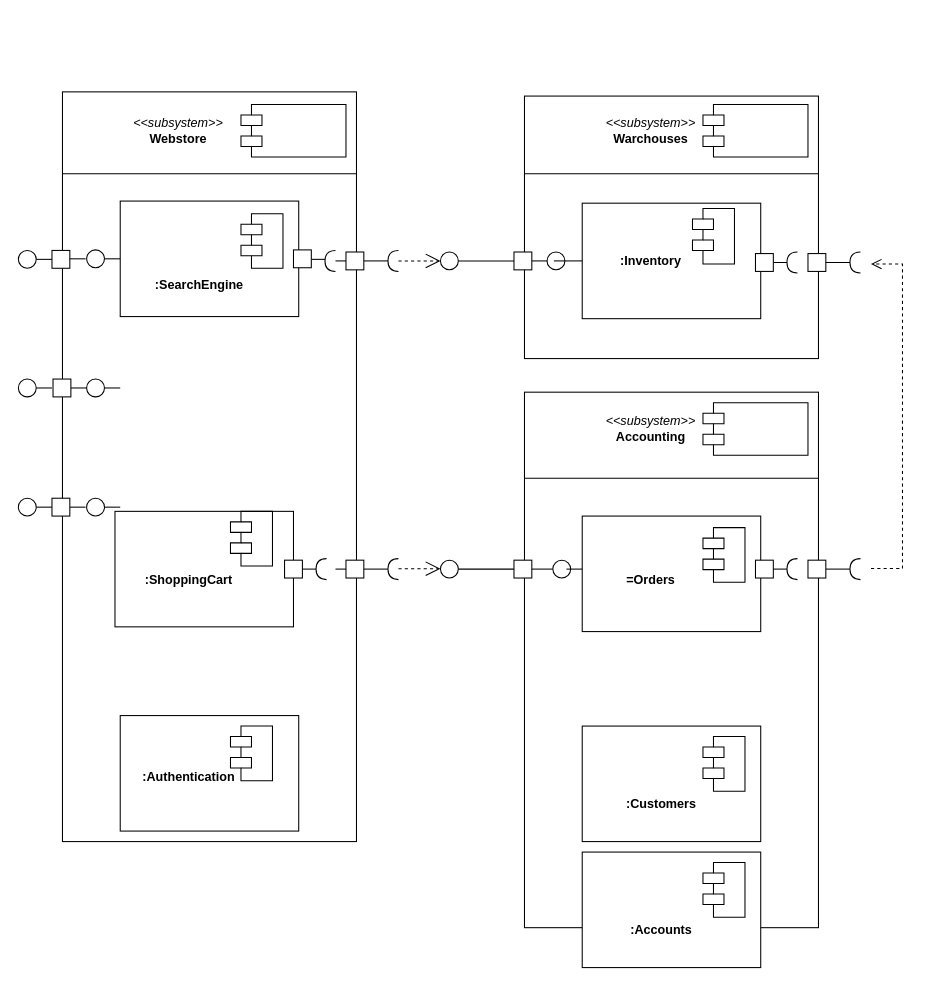
This is First-UML.drawio from KacperLudwiczak/First-UML, a draw.io file, before an edit. Source tidied: cells renumbered, new cells numbered last; positions are measured from the earlier drawing's top-left corner, leaving out a move shared by most shapes. Both pictures are drawn from the tidied source at 105%, with x=0, y=0 at pixel (18, 91).
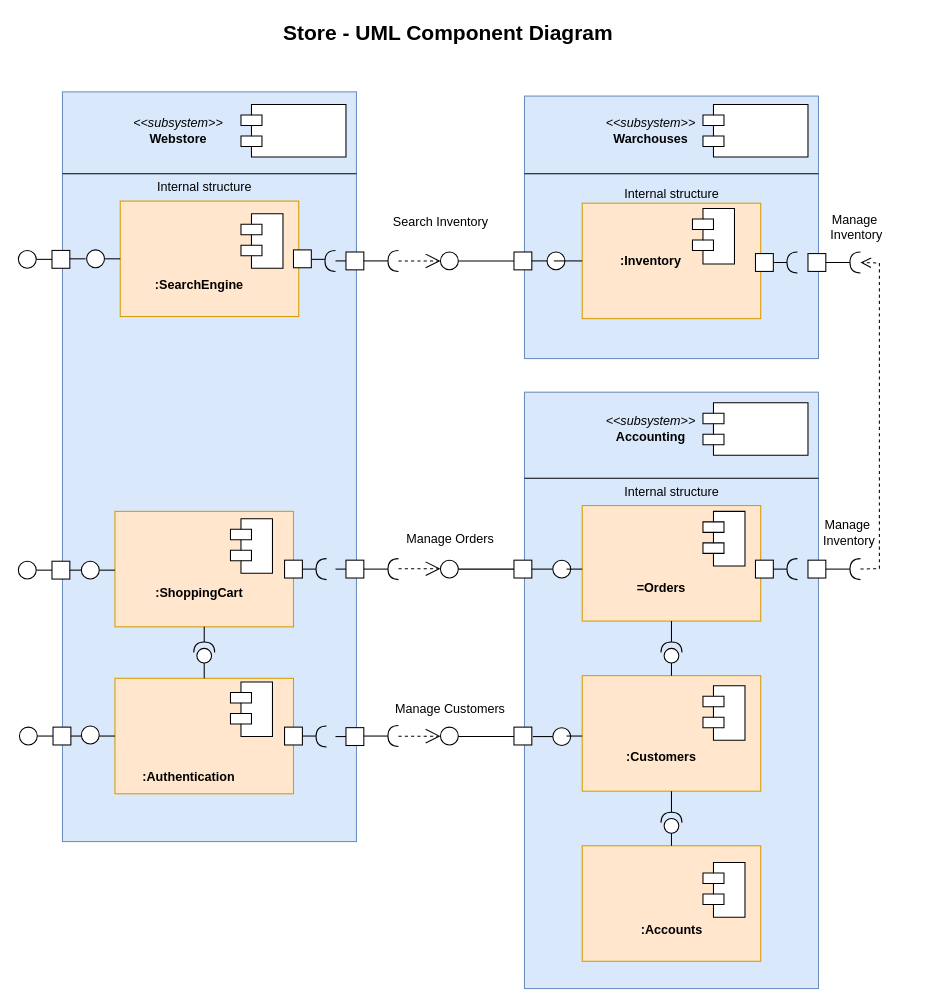
The same diagram, later.

Unchanged cells that the change refers to:
```xml
<mxCell id="69" style="shape=requiredInterface;html=1;verticalLabelPosition=bottom;sketch=0;rotation=-180;" parent="1" vertex="1">
  <mxGeometry x="792" y="152.5" width="10" height="20" as="geometry" />
</mxCell>
<mxCell id="92" style="shape=requiredInterface;html=1;verticalLabelPosition=bottom;sketch=0;rotation=-180;" parent="1" vertex="1">
  <mxGeometry x="792" y="444.5" width="10" height="20" as="geometry" />
</mxCell>
```

Change to the diagram source:
```diff
@@
-    <mxCell id="2" style="html=1;whiteSpace=wrap;" parent="1" vertex="1">
+    <mxCell id="2" style="html=1;whiteSpace=wrap;fillColor=#dae8fc;strokeColor=#6c8ebf;" parent="1" vertex="1">
       <mxGeometry x="42" width="280" height="714" as="geometry" />
     </mxCell>
@@
-    <mxCell id="5" style="html=1;whiteSpace=wrap;" parent="1" vertex="1">
+    <mxCell id="5" style="html=1;whiteSpace=wrap;fillColor=#dae8fc;strokeColor=#6c8ebf;" parent="1" vertex="1">
       <mxGeometry x="482" y="4" width="280" height="250" as="geometry" />
     </mxCell>
@@
-    <mxCell id="8" style="html=1;whiteSpace=wrap;" parent="1" vertex="1">
+    <mxCell id="8" style="html=1;whiteSpace=wrap;fillColor=#ffe6cc;strokeColor=#d79b00;" parent="1" vertex="1">
       <mxGeometry x="537" y="106" width="170" height="110" as="geometry" />
     </mxCell>
@@
-    <mxCell id="11" style="html=1;whiteSpace=wrap;" parent="1" vertex="1">
-      <mxGeometry x="482" y="286" width="280" height="510" as="geometry" />
+    <mxCell id="11" style="html=1;whiteSpace=wrap;fillColor=#dae8fc;strokeColor=#6c8ebf;" parent="1" vertex="1">
+      <mxGeometry x="482" y="286" width="280" height="568" as="geometry" />
     </mxCell>
@@
-    <mxCell id="14" style="html=1;whiteSpace=wrap;" parent="1" vertex="1">
-      <mxGeometry x="537" y="404" width="170" height="110" as="geometry" />
+    <mxCell id="14" style="html=1;whiteSpace=wrap;fillColor=#ffe6cc;strokeColor=#d79b00;" parent="1" vertex="1">
+      <mxGeometry x="537" y="394" width="170" height="110" as="geometry" />
     </mxCell>
     <mxCell id="15" value="&lt;span style=&quot;text-wrap-mode: wrap;&quot;&gt;=Orders&lt;/span&gt;" style="text;align=center;fontStyle=1;verticalAlign=middle;spacingLeft=3;spacingRight=3;strokeColor=none;html=1;" parent="1" vertex="1">
-      <mxGeometry x="562" y="451.5" width="80" height="26" as="geometry" />
+      <mxGeometry x="572" y="459.5" width="80" height="26" as="geometry" />
     </mxCell>
     <mxCell id="16" style="shape=module;align=left;spacingLeft=20;align=center;verticalAlign=top;whiteSpace=wrap;html=1;" parent="1" vertex="1">
-      <mxGeometry x="652" y="415" width="40" height="52" as="geometry" />
+      <mxGeometry x="652" y="399.5" width="40" height="52" as="geometry" />
     </mxCell>
-    <mxCell id="17" style="html=1;whiteSpace=wrap;" parent="1" vertex="1">
-      <mxGeometry x="537" y="604" width="170" height="110" as="geometry" />
+    <mxCell id="17" style="html=1;whiteSpace=wrap;fillColor=#ffe6cc;strokeColor=#d79b00;" parent="1" vertex="1">
+      <mxGeometry x="537" y="556" width="170" height="110" as="geometry" />
     </mxCell>
     <mxCell id="18" style="shape=module;align=left;spacingLeft=20;align=center;verticalAlign=top;whiteSpace=wrap;html=1;" parent="1" vertex="1">
-      <mxGeometry x="652" y="614" width="40" height="52" as="geometry" />
+      <mxGeometry x="652" y="565.5" width="40" height="52" as="geometry" />
     </mxCell>
     <mxCell id="19" value="&lt;span style=&quot;text-wrap-mode: wrap;&quot;&gt;:Customers&lt;/span&gt;" style="text;align=center;fontStyle=1;verticalAlign=middle;spacingLeft=3;spacingRight=3;strokeColor=none;html=1;" parent="1" vertex="1">
-      <mxGeometry x="572" y="666" width="80" height="26" as="geometry" />
+      <mxGeometry x="572" y="621" width="80" height="26" as="geometry" />
     </mxCell>
-    <mxCell id="20" style="html=1;whiteSpace=wrap;" parent="1" vertex="1">
-      <mxGeometry x="537" y="724" width="170" height="110" as="geometry" />
+    <mxCell id="20" style="html=1;whiteSpace=wrap;fillColor=#ffe6cc;strokeColor=#d79b00;" parent="1" vertex="1">
+      <mxGeometry x="537" y="718" width="170" height="110" as="geometry" />
     </mxCell>
@@
     <mxCell id="22" value="&lt;span style=&quot;text-wrap-mode: wrap;&quot;&gt;:Accounts&lt;/span&gt;" style="text;align=center;fontStyle=1;verticalAlign=middle;spacingLeft=3;spacingRight=3;strokeColor=none;html=1;" parent="1" vertex="1">
-      <mxGeometry x="572" y="786" width="80" height="26" as="geometry" />
+      <mxGeometry x="582" y="786" width="80" height="26" as="geometry" />
     </mxCell>
-    <mxCell id="23" style="html=1;whiteSpace=wrap;" parent="1" vertex="1">
+    <mxCell id="23" style="html=1;whiteSpace=wrap;fillColor=#ffe6cc;strokeColor=#d79b00;" parent="1" vertex="1">
       <mxGeometry x="97" y="104" width="170" height="110" as="geometry" />
     </mxCell>
@@
-    <mxCell id="26" style="html=1;whiteSpace=wrap;" parent="1" vertex="1">
+    <mxCell id="26" style="html=1;whiteSpace=wrap;fillColor=#ffe6cc;strokeColor=#d79b00;" parent="1" vertex="1">
       <mxGeometry x="92" y="399.5" width="170" height="110" as="geometry" />
     </mxCell>
-    <mxCell id="27" style="html=1;whiteSpace=wrap;" parent="1" vertex="1">
-      <mxGeometry x="97" y="594" width="170" height="110" as="geometry" />
+    <mxCell id="27" style="html=1;whiteSpace=wrap;fillColor=#ffe6cc;strokeColor=#d79b00;" parent="1" vertex="1">
+      <mxGeometry x="92" y="558.5" width="170" height="110" as="geometry" />
     </mxCell>
     <mxCell id="28" style="shape=module;align=left;spacingLeft=20;align=center;verticalAlign=top;whiteSpace=wrap;html=1;" parent="1" vertex="1">
-      <mxGeometry x="202" y="399.5" width="40" height="52" as="geometry" />
+      <mxGeometry x="202" y="406.5" width="40" height="52" as="geometry" />
     </mxCell>
     <mxCell id="29" style="shape=module;align=left;spacingLeft=20;align=center;verticalAlign=top;whiteSpace=wrap;html=1;" parent="1" vertex="1">
-      <mxGeometry x="202" y="604" width="40" height="52" as="geometry" />
+      <mxGeometry x="202" y="562" width="40" height="52" as="geometry" />
     </mxCell>
     <mxCell id="30" value="&lt;span style=&quot;text-wrap-mode: wrap;&quot;&gt;:ShoppingCart&lt;/span&gt;" style="text;align=center;fontStyle=1;verticalAlign=middle;spacingLeft=3;spacingRight=3;strokeColor=none;html=1;" parent="1" vertex="1">
-      <mxGeometry x="122" y="451.5" width="80" height="26" as="geometry" />
+      <mxGeometry x="132" y="464.5" width="80" height="26" as="geometry" />
     </mxCell>
@@
-    <mxCell id="39" style="line;strokeWidth=1;fillColor=none;align=left;verticalAlign=middle;spacingTop=-1;spacingLeft=3;spacingRight=3;labelPosition=right;strokeColor=inherit;" parent="1" vertex="1">
-      <mxGeometry x="82" y="278" width="15" height="8" as="geometry" />
-    </mxCell>
-    <mxCell id="40" style="ellipse;whiteSpace=wrap;html=1;" parent="1" vertex="1">
-      <mxGeometry x="65" y="273.5" width="17" height="17" as="geometry" />
-    </mxCell>
-    <mxCell id="41" style="line;strokeWidth=1;fillColor=none;align=left;verticalAlign=middle;spacingTop=-1;spacingLeft=3;spacingRight=3;labelPosition=right;strokeColor=inherit;" parent="1" vertex="1">
-      <mxGeometry x="50" y="278" width="15" height="8" as="geometry" />
-    </mxCell>
-    <mxCell id="42" style="whiteSpace=wrap;html=1;" parent="1" vertex="1">
-      <mxGeometry x="33" y="273.5" width="17" height="17" as="geometry" />
-    </mxCell>
-    <mxCell id="43" style="line;strokeWidth=1;fillColor=none;align=left;verticalAlign=middle;spacingTop=-1;spacingLeft=3;spacingRight=3;labelPosition=right;strokeColor=inherit;" parent="1" vertex="1">
-      <mxGeometry x="17" y="278" width="15" height="8" as="geometry" />
-    </mxCell>
-    <mxCell id="44" style="ellipse;whiteSpace=wrap;html=1;" parent="1" vertex="1">
-      <mxGeometry y="273.5" width="17" height="17" as="geometry" />
-    </mxCell>
     <mxCell id="45" style="ellipse;whiteSpace=wrap;html=1;" parent="1" vertex="1">
-      <mxGeometry x="65" y="387" width="17" height="17" as="geometry" />
+      <mxGeometry x="60" y="447" width="17" height="17" as="geometry" />
     </mxCell>
     <mxCell id="46" style="line;strokeWidth=1;fillColor=none;align=left;verticalAlign=middle;spacingTop=-1;spacingLeft=3;spacingRight=3;labelPosition=right;strokeColor=inherit;" parent="1" vertex="1">
-      <mxGeometry x="82" y="391.5" width="15" height="8" as="geometry" />
+      <mxGeometry x="77" y="451.5" width="15" height="8" as="geometry" />
     </mxCell>
     <mxCell id="47" style="line;strokeWidth=1;fillColor=none;align=left;verticalAlign=middle;spacingTop=-1;spacingLeft=3;spacingRight=3;labelPosition=right;strokeColor=inherit;" parent="1" vertex="1">
-      <mxGeometry x="49" y="391.5" width="15" height="8" as="geometry" />
+      <mxGeometry x="45" y="451.5" width="15" height="8" as="geometry" />
     </mxCell>
     <mxCell id="48" style="whiteSpace=wrap;html=1;" parent="1" vertex="1">
-      <mxGeometry x="32" y="387" width="17" height="17" as="geometry" />
+      <mxGeometry x="32" y="447" width="17" height="17" as="geometry" />
     </mxCell>
     <mxCell id="49" style="line;strokeWidth=1;fillColor=none;align=left;verticalAlign=middle;spacingTop=-1;spacingLeft=3;spacingRight=3;labelPosition=right;strokeColor=inherit;" parent="1" vertex="1">
-      <mxGeometry x="17" y="391.5" width="15" height="8" as="geometry" />
+      <mxGeometry x="17" y="451.5" width="15" height="8" as="geometry" />
     </mxCell>
     <mxCell id="50" style="ellipse;whiteSpace=wrap;html=1;" parent="1" vertex="1">
-      <mxGeometry y="387" width="17" height="17" as="geometry" />
+      <mxGeometry y="447" width="17" height="17" as="geometry" />
     </mxCell>
@@
-    <mxCell id="93" style="html=1;verticalAlign=bottom;endArrow=open;dashed=1;endSize=8;curved=0;rounded=0;" parent="1" edge="1">
+    <mxCell id="93" style="html=1;verticalAlign=bottom;endArrow=open;dashed=1;endSize=8;curved=0;rounded=0;entryX=0;entryY=0.5;entryDx=0;entryDy=0;entryPerimeter=0;exitX=0;exitY=0.5;exitDx=0;exitDy=0;exitPerimeter=0;" parent="1" edge="1" source="92" target="69">
       <mxGeometry relative="1" as="geometry">
-        <mxPoint x="812" y="454" as="sourcePoint" />
-        <mxPoint x="812" y="164" as="targetPoint" />
         <Array as="points">
-          <mxPoint x="842" y="454" />
-          <mxPoint x="842" y="164" />
+          <mxPoint x="820" y="454" />
+          <mxPoint x="820" y="310" />
+          <mxPoint x="820" y="163" />
         </Array>
       </mxGeometry>
     </mxCell>
+    <mxCell id="94" style="line;strokeWidth=1;fillColor=none;align=left;verticalAlign=middle;spacingTop=-1;spacingLeft=3;spacingRight=3;labelPosition=right;strokeColor=inherit;direction=south;" parent="1" vertex="1">
+      <mxGeometry x="173" y="509.5" width="8" height="14.5" as="geometry" />
+    </mxCell>
+    <mxCell id="95" style="shape=providedRequiredInterface;html=1;verticalLabelPosition=bottom;sketch=0;direction=north;" parent="1" vertex="1">
+      <mxGeometry x="167" y="524" width="20" height="20" as="geometry" />
+    </mxCell>
+    <mxCell id="96" style="line;strokeWidth=1;fillColor=none;align=left;verticalAlign=middle;spacingTop=-1;spacingLeft=3;spacingRight=3;labelPosition=right;strokeColor=inherit;direction=south;" parent="1" vertex="1">
+      <mxGeometry x="173" y="544" width="8" height="14.5" as="geometry" />
+    </mxCell>
+    <mxCell id="97" style="line;strokeWidth=1;fillColor=none;align=left;verticalAlign=middle;spacingTop=-1;spacingLeft=3;spacingRight=3;labelPosition=right;strokeColor=inherit;" parent="1" vertex="1">
+      <mxGeometry x="77" y="609.5" width="15" height="8" as="geometry" />
+    </mxCell>
+    <mxCell id="98" style="ellipse;whiteSpace=wrap;html=1;" parent="1" vertex="1">
+      <mxGeometry x="60" y="604" width="17" height="17" as="geometry" />
+    </mxCell>
+    <mxCell id="99" style="line;strokeWidth=1;fillColor=none;align=left;verticalAlign=middle;spacingTop=-1;spacingLeft=3;spacingRight=3;labelPosition=right;strokeColor=inherit;" parent="1" vertex="1">
+      <mxGeometry x="45" y="609.5" width="15" height="8" as="geometry" />
+    </mxCell>
+    <mxCell id="100" style="whiteSpace=wrap;html=1;" parent="1" vertex="1">
+      <mxGeometry x="33" y="605" width="17" height="17" as="geometry" />
+    </mxCell>
+    <mxCell id="101" style="line;strokeWidth=1;fillColor=none;align=left;verticalAlign=middle;spacingTop=-1;spacingLeft=3;spacingRight=3;labelPosition=right;strokeColor=inherit;" parent="1" vertex="1">
+      <mxGeometry x="18" y="609.5" width="15" height="8" as="geometry" />
+    </mxCell>
+    <mxCell id="102" style="ellipse;whiteSpace=wrap;html=1;" parent="1" vertex="1">
+      <mxGeometry x="1" y="605" width="17" height="17" as="geometry" />
+    </mxCell>
+    <mxCell id="103" style="whiteSpace=wrap;html=1;" parent="1" vertex="1">
+      <mxGeometry x="253.5" y="605" width="17" height="17" as="geometry" />
+    </mxCell>
+    <mxCell id="104" style="line;strokeWidth=1;fillColor=none;align=left;verticalAlign=middle;spacingTop=-1;spacingLeft=3;spacingRight=3;labelPosition=right;strokeColor=inherit;" parent="1" vertex="1">
+      <mxGeometry x="270.5" y="609.5" width="13" height="8" as="geometry" />
+    </mxCell>
+    <mxCell id="105" style="shape=requiredInterface;html=1;verticalLabelPosition=bottom;sketch=0;rotation=-180;" parent="1" vertex="1">
+      <mxGeometry x="283.5" y="604" width="10" height="20" as="geometry" />
+    </mxCell>
+    <mxCell id="106" style="whiteSpace=wrap;html=1;" parent="1" vertex="1">
+      <mxGeometry x="312" y="605.5" width="17" height="17" as="geometry" />
+    </mxCell>
+    <mxCell id="107" style="line;strokeWidth=1;fillColor=none;align=left;verticalAlign=middle;spacingTop=-1;spacingLeft=3;spacingRight=3;labelPosition=right;strokeColor=inherit;" parent="1" vertex="1">
+      <mxGeometry x="302" y="610" width="10" height="8" as="geometry" />
+    </mxCell>
+    <mxCell id="108" style="line;strokeWidth=1;fillColor=none;align=left;verticalAlign=middle;spacingTop=-1;spacingLeft=3;spacingRight=3;labelPosition=right;strokeColor=inherit;" parent="1" vertex="1">
+      <mxGeometry x="329" y="609.5" width="23" height="8" as="geometry" />
+    </mxCell>
+    <mxCell id="109" style="shape=requiredInterface;html=1;verticalLabelPosition=bottom;sketch=0;rotation=-180;" parent="1" vertex="1">
+      <mxGeometry x="352" y="603.5" width="10" height="20" as="geometry" />
+    </mxCell>
+    <mxCell id="110" style="endArrow=open;endSize=12;dashed=1;html=1;rounded=0;exitX=0;exitY=0.5;exitDx=0;exitDy=0;exitPerimeter=0;" parent="1" edge="1">
+      <mxGeometry relative="1" as="geometry">
+        <mxPoint x="362" y="613.6" as="sourcePoint" />
+        <mxPoint x="402" y="613.6" as="targetPoint" />
+      </mxGeometry>
+    </mxCell>
+    <mxCell id="111" style="ellipse;whiteSpace=wrap;html=1;" parent="1" vertex="1">
+      <mxGeometry x="402" y="605" width="17" height="17" as="geometry" />
+    </mxCell>
+    <mxCell id="112" style="line;strokeWidth=1;fillColor=none;align=left;verticalAlign=middle;spacingTop=-1;spacingLeft=3;spacingRight=3;labelPosition=right;strokeColor=inherit;" parent="1" vertex="1">
+      <mxGeometry x="419" y="610" width="53" height="8" as="geometry" />
+    </mxCell>
+    <mxCell id="113" style="whiteSpace=wrap;html=1;" parent="1" vertex="1">
+      <mxGeometry x="472" y="605" width="17" height="17" as="geometry" />
+    </mxCell>
+    <mxCell id="114" style="line;strokeWidth=1;fillColor=none;align=left;verticalAlign=middle;spacingTop=-1;spacingLeft=3;spacingRight=3;labelPosition=right;strokeColor=inherit;" parent="1" vertex="1">
+      <mxGeometry x="490" y="610" width="20" height="8" as="geometry" />
+    </mxCell>
+    <mxCell id="115" style="ellipse;whiteSpace=wrap;html=1;" parent="1" vertex="1">
+      <mxGeometry x="509" y="605.5" width="17" height="17" as="geometry" />
+    </mxCell>
+    <mxCell id="116" style="line;strokeWidth=1;fillColor=none;align=left;verticalAlign=middle;spacingTop=-1;spacingLeft=3;spacingRight=3;labelPosition=right;strokeColor=inherit;" parent="1" vertex="1">
+      <mxGeometry x="522" y="609.5" width="15" height="8" as="geometry" />
+    </mxCell>
+    <mxCell id="117" style="shape=providedRequiredInterface;html=1;verticalLabelPosition=bottom;sketch=0;direction=north;" parent="1" vertex="1">
+      <mxGeometry x="612" y="524" width="20" height="20" as="geometry" />
+    </mxCell>
+    <mxCell id="118" style="line;strokeWidth=1;fillColor=none;align=left;verticalAlign=middle;spacingTop=-1;spacingLeft=3;spacingRight=3;labelPosition=right;strokeColor=inherit;direction=south;" parent="1" vertex="1">
+      <mxGeometry x="618" y="504" width="8" height="20" as="geometry" />
+    </mxCell>
+    <mxCell id="119" style="line;strokeWidth=1;fillColor=none;align=left;verticalAlign=middle;spacingTop=-1;spacingLeft=3;spacingRight=3;labelPosition=right;strokeColor=inherit;direction=south;" parent="1" vertex="1">
+      <mxGeometry x="618" y="544" width="8" height="12" as="geometry" />
+    </mxCell>
+    <mxCell id="120" style="line;strokeWidth=1;fillColor=none;align=left;verticalAlign=middle;spacingTop=-1;spacingLeft=3;spacingRight=3;labelPosition=right;strokeColor=inherit;direction=south;" parent="1" vertex="1">
+      <mxGeometry x="618" y="666" width="8" height="20" as="geometry" />
+    </mxCell>
+    <mxCell id="121" style="shape=providedRequiredInterface;html=1;verticalLabelPosition=bottom;sketch=0;direction=north;" parent="1" vertex="1">
+      <mxGeometry x="612" y="686" width="20" height="20" as="geometry" />
+    </mxCell>
+    <mxCell id="122" style="line;strokeWidth=1;fillColor=none;align=left;verticalAlign=middle;spacingTop=-1;spacingLeft=3;spacingRight=3;labelPosition=right;strokeColor=inherit;direction=south;" parent="1" vertex="1">
+      <mxGeometry x="618" y="706" width="8" height="12" as="geometry" />
+    </mxCell>
+    <mxCell id="123" value="&lt;span style=&quot;font-weight: normal;&quot;&gt;Internal structure&lt;/span&gt;" style="text;align=center;fontStyle=1;verticalAlign=middle;spacingLeft=3;spacingRight=3;strokeColor=none;html=1;" parent="1" vertex="1">
+      <mxGeometry x="137" y="78" width="80" height="26" as="geometry" />
+    </mxCell>
+    <mxCell id="124" value="&lt;span style=&quot;font-weight: normal;&quot;&gt;Internal structure&lt;/span&gt;" style="text;align=center;fontStyle=1;verticalAlign=middle;spacingLeft=3;spacingRight=3;strokeColor=none;html=1;" parent="1" vertex="1">
+      <mxGeometry x="582" y="85" width="80" height="26" as="geometry" />
+    </mxCell>
+    <mxCell id="125" value="&lt;span style=&quot;font-weight: normal;&quot;&gt;Internal structure&lt;/span&gt;" style="text;align=center;fontStyle=1;verticalAlign=middle;spacingLeft=3;spacingRight=3;strokeColor=none;html=1;" parent="1" vertex="1">
+      <mxGeometry x="582" y="368" width="80" height="26" as="geometry" />
+    </mxCell>
+    <mxCell id="126" value="&lt;span style=&quot;font-weight: normal;&quot;&gt;Search Inventory&lt;/span&gt;" style="text;align=center;fontStyle=1;verticalAlign=middle;spacingLeft=3;spacingRight=3;strokeColor=none;html=1;" parent="1" vertex="1">
+      <mxGeometry x="362" y="111" width="80" height="26" as="geometry" />
+    </mxCell>
+    <mxCell id="127" value="&lt;span style=&quot;font-weight: normal;&quot;&gt;Manage Orders&lt;/span&gt;" style="text;align=center;fontStyle=1;verticalAlign=middle;spacingLeft=3;spacingRight=3;strokeColor=none;html=1;" parent="1" vertex="1">
+      <mxGeometry x="370.5" y="412.5" width="80" height="26" as="geometry" />
+    </mxCell>
+    <mxCell id="128" value="&lt;span style=&quot;font-weight: normal;&quot;&gt;Manage Customers&lt;/span&gt;" style="text;align=center;fontStyle=1;verticalAlign=middle;spacingLeft=3;spacingRight=3;strokeColor=none;html=1;" parent="1" vertex="1">
+      <mxGeometry x="370.5" y="576.2" width="80" height="23.5" as="geometry" />
+    </mxCell>
+    <mxCell id="129" value="&lt;span style=&quot;font-weight: normal;&quot;&gt;Manage&amp;nbsp;&lt;/span&gt;&lt;div&gt;&lt;span style=&quot;font-weight: normal;&quot;&gt;Inventory&lt;/span&gt;&lt;/div&gt;" style="text;align=center;fontStyle=1;verticalAlign=middle;spacingLeft=3;spacingRight=3;strokeColor=none;html=1;" parent="1" vertex="1">
+      <mxGeometry x="762" y="406.5" width="58" height="26" as="geometry" />
+    </mxCell>
+    <mxCell id="130" value="&lt;span style=&quot;font-weight: normal;&quot;&gt;Manage&amp;nbsp;&lt;/span&gt;&lt;div&gt;&lt;span style=&quot;font-weight: normal;&quot;&gt;Inventory&lt;/span&gt;&lt;/div&gt;" style="text;align=center;fontStyle=1;verticalAlign=middle;spacingLeft=3;spacingRight=3;strokeColor=none;html=1;" parent="1" vertex="1">
+      <mxGeometry x="769" y="116" width="58" height="26" as="geometry" />
+    </mxCell>
+    <mxCell id="131" value="Store - UML Component Diagram" style="text;align=center;fontStyle=1;verticalAlign=middle;spacingLeft=3;spacingRight=3;strokeColor=none;html=1;fontSize=20;" parent="1" vertex="1">
+      <mxGeometry x="329" y="-70" width="160" height="26" as="geometry" />
+    </mxCell>
```
